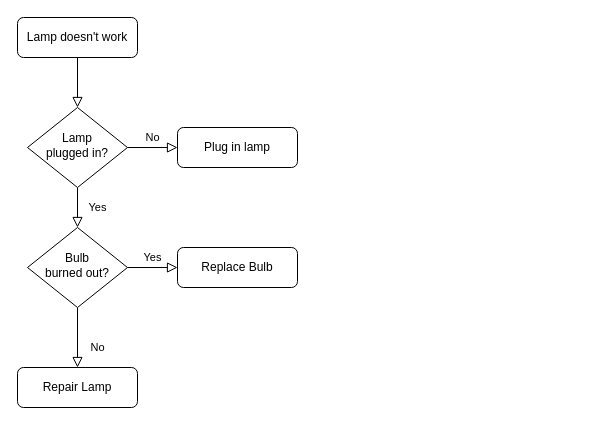
Above: Untitled Diagram.drawio in x-manJS/blog (draw.io), before the change. Source tidied: cells renumbered, new cells numbered last; positions are measured from the earlier drawing's top-left corner, leaving out a move shared by most shapes. Both pictures are drawn from the tidied source at 100%, with x=0, y=0 at pixel (17, 17).
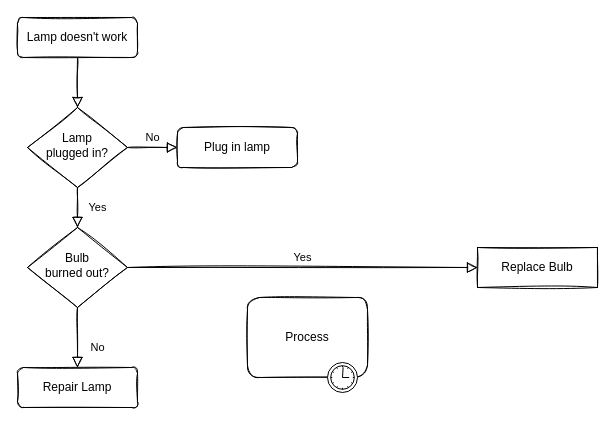
The same page after the edit.

Diff of the diagram source:
```diff
@@
 <mxGraphModel>
   <root>
     <mxCell id="0" />
     <mxCell id="1" parent="0" />
-    <mxCell id="2" style="rounded=0;html=1;jettySize=auto;fontSize=11;endArrow=block;endFill=0;endSize=8;strokeWidth=1;shadow=0;labelBackgroundColor=none;edgeStyle=orthogonalEdgeStyle;" parent="1" edge="1" source="3" target="6">
+    <mxCell id="2" style="rounded=0;html=1;jettySize=auto;fontSize=11;endArrow=block;endFill=0;endSize=8;strokeWidth=1;shadow=0;labelBackgroundColor=none;edgeStyle=orthogonalEdgeStyle;sketch=1;" parent="1" edge="1" source="3" target="6">
       <mxGeometry relative="1" as="geometry" />
     </mxCell>
-    <mxCell id="3" value="Lamp doesn't work" style="rounded=1;whiteSpace=wrap;html=1;fontSize=12;glass=0;strokeWidth=1;shadow=0;" parent="1" vertex="1">
+    <mxCell id="3" value="Lamp doesn't work" style="rounded=1;whiteSpace=wrap;html=1;fontSize=12;glass=0;strokeWidth=1;shadow=0;sketch=1;" parent="1" vertex="1">
       <mxGeometry width="120" height="40" as="geometry" />
     </mxCell>
-    <mxCell id="4" value="Yes" style="rounded=0;html=1;jettySize=auto;fontSize=11;endArrow=block;endFill=0;endSize=8;strokeWidth=1;shadow=0;labelBackgroundColor=none;edgeStyle=orthogonalEdgeStyle;" parent="1" edge="1" source="6" target="10">
+    <mxCell id="4" value="Yes" style="rounded=0;html=1;jettySize=auto;fontSize=11;endArrow=block;endFill=0;endSize=8;strokeWidth=1;shadow=0;labelBackgroundColor=none;edgeStyle=orthogonalEdgeStyle;sketch=1;" parent="1" edge="1" source="6" target="10">
       <mxGeometry y="20" relative="1" as="geometry" />
     </mxCell>
-    <mxCell id="5" value="No" style="edgeStyle=orthogonalEdgeStyle;rounded=0;html=1;jettySize=auto;fontSize=11;endArrow=block;endFill=0;endSize=8;strokeWidth=1;shadow=0;labelBackgroundColor=none;" parent="1" edge="1" source="6" target="7">
+    <mxCell id="5" value="No" style="edgeStyle=orthogonalEdgeStyle;rounded=0;html=1;jettySize=auto;fontSize=11;endArrow=block;endFill=0;endSize=8;strokeWidth=1;shadow=0;labelBackgroundColor=none;sketch=1;" parent="1" edge="1" source="6" target="7">
       <mxGeometry y="10" relative="1" as="geometry" />
     </mxCell>
-    <mxCell id="6" value="Lamp&lt;br&gt;plugged in?" style="rhombus;whiteSpace=wrap;html=1;shadow=0;fontFamily=Helvetica;fontSize=12;align=center;strokeWidth=1;spacing=6;spacingTop=-4;" parent="1" vertex="1">
+    <mxCell id="6" value="Lamp&lt;br&gt;plugged in?" style="rhombus;whiteSpace=wrap;html=1;shadow=0;fontFamily=Helvetica;fontSize=12;align=center;strokeWidth=1;spacing=6;spacingTop=-4;sketch=1;" parent="1" vertex="1">
       <mxGeometry x="10" y="90" width="100" height="80" as="geometry" />
     </mxCell>
-    <mxCell id="7" value="Plug in lamp" style="rounded=1;whiteSpace=wrap;html=1;fontSize=12;glass=0;strokeWidth=1;shadow=0;" parent="1" vertex="1">
+    <mxCell id="7" value="Plug in lamp" style="rounded=1;whiteSpace=wrap;html=1;fontSize=12;glass=0;strokeWidth=1;shadow=0;sketch=1;" parent="1" vertex="1">
       <mxGeometry x="160" y="110" width="120" height="40" as="geometry" />
     </mxCell>
-    <mxCell id="8" value="No" style="rounded=0;html=1;jettySize=auto;fontSize=11;endArrow=block;endFill=0;endSize=8;strokeWidth=1;shadow=0;labelBackgroundColor=none;edgeStyle=orthogonalEdgeStyle;" parent="1" edge="1" source="10" target="11">
+    <mxCell id="8" value="No" style="rounded=0;html=1;jettySize=auto;fontSize=11;endArrow=block;endFill=0;endSize=8;strokeWidth=1;shadow=0;labelBackgroundColor=none;edgeStyle=orthogonalEdgeStyle;sketch=1;" parent="1" edge="1" source="10" target="11">
       <mxGeometry x="0.33" y="20" relative="1" as="geometry" />
     </mxCell>
-    <mxCell id="9" value="Yes" style="edgeStyle=orthogonalEdgeStyle;rounded=0;html=1;jettySize=auto;fontSize=11;endArrow=block;endFill=0;endSize=8;strokeWidth=1;shadow=0;labelBackgroundColor=none;" parent="1" edge="1" source="10" target="12">
+    <mxCell id="9" value="Yes" style="edgeStyle=orthogonalEdgeStyle;rounded=0;html=1;jettySize=auto;fontSize=11;endArrow=block;endFill=0;endSize=8;strokeWidth=1;shadow=0;labelBackgroundColor=none;sketch=1;" parent="1" edge="1" source="10" target="12">
       <mxGeometry y="10" relative="1" as="geometry" />
     </mxCell>
-    <mxCell id="10" value="Bulb&lt;br&gt;burned out?" style="rhombus;whiteSpace=wrap;html=1;shadow=0;fontFamily=Helvetica;fontSize=12;align=center;strokeWidth=1;spacing=6;spacingTop=-4;" parent="1" vertex="1">
+    <mxCell id="10" value="Bulb&lt;br&gt;burned out?" style="rhombus;whiteSpace=wrap;html=1;shadow=0;fontFamily=Helvetica;fontSize=12;align=center;strokeWidth=1;spacing=6;spacingTop=-4;sketch=1;" parent="1" vertex="1">
       <mxGeometry x="10" y="210" width="100" height="80" as="geometry" />
     </mxCell>
-    <mxCell id="11" value="Repair Lamp" style="rounded=1;whiteSpace=wrap;html=1;fontSize=12;glass=0;strokeWidth=1;shadow=0;" parent="1" vertex="1">
+    <mxCell id="11" value="Repair Lamp" style="rounded=1;whiteSpace=wrap;html=1;fontSize=12;glass=0;strokeWidth=1;shadow=0;sketch=1;" parent="1" vertex="1">
       <mxGeometry y="350" width="120" height="40" as="geometry" />
     </mxCell>
-    <mxCell id="12" value="Replace Bulb" style="rounded=1;whiteSpace=wrap;html=1;fontSize=12;glass=0;strokeWidth=1;shadow=0;" parent="1" vertex="1">
-      <mxGeometry x="160" y="230" width="120" height="40" as="geometry" />
+    <mxCell id="12" value="Replace Bulb" style="rounded=0;whiteSpace=wrap;html=1;fontSize=12;glass=0;strokeWidth=1;shadow=0;sketch=1;" parent="1" vertex="1">
+      <mxGeometry x="460" y="230" width="120" height="40" as="geometry" />
     </mxCell>
+    <mxCell id="13" value="Process" style="html=1;whiteSpace=wrap;rounded=1;sketch=1;" parent="1" vertex="1">
+      <mxGeometry x="230" y="280" width="120" height="80" as="geometry" />
+    </mxCell>
+    <mxCell id="14" style="shape=mxgraph.bpmn.timer_start;perimeter=ellipsePerimeter;html=1;verticalLabelPosition=bottom;verticalAlign=top;" parent="13" vertex="1">
+      <mxGeometry x="1" y="1" width="30" height="30" relative="1" as="geometry">
+        <mxPoint x="-40" y="-15" as="offset" />
+      </mxGeometry>
+    </mxCell>
   </root>
 </mxGraphModel>
```
